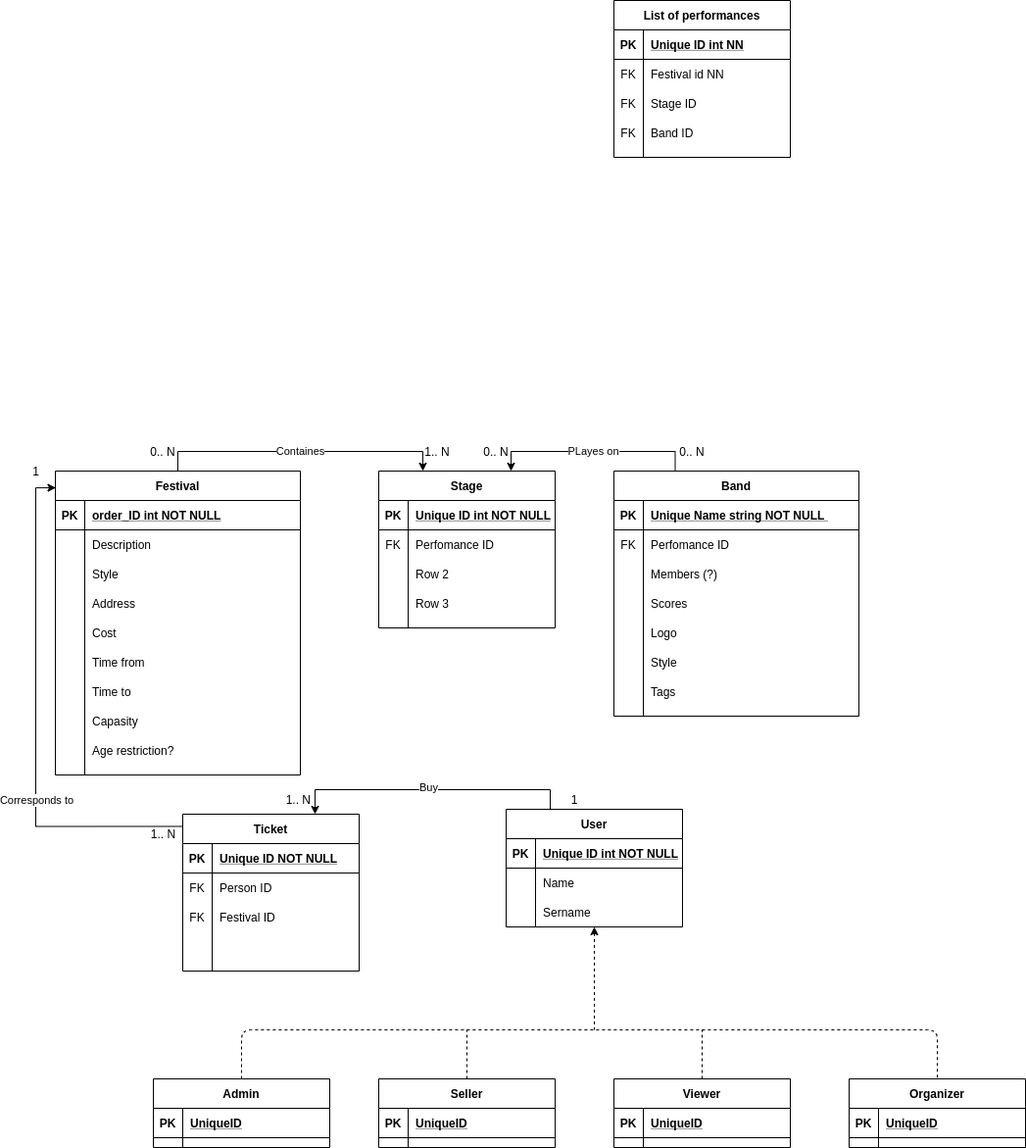
The draw.io diagram gallery-is-ER.png in x00Pavel/festival-IS, before a commit. Source tidied: cells renumbered, new cells last; positions are measured from the earlier drawing's top-left corner, leaving out a move shared by most shapes.
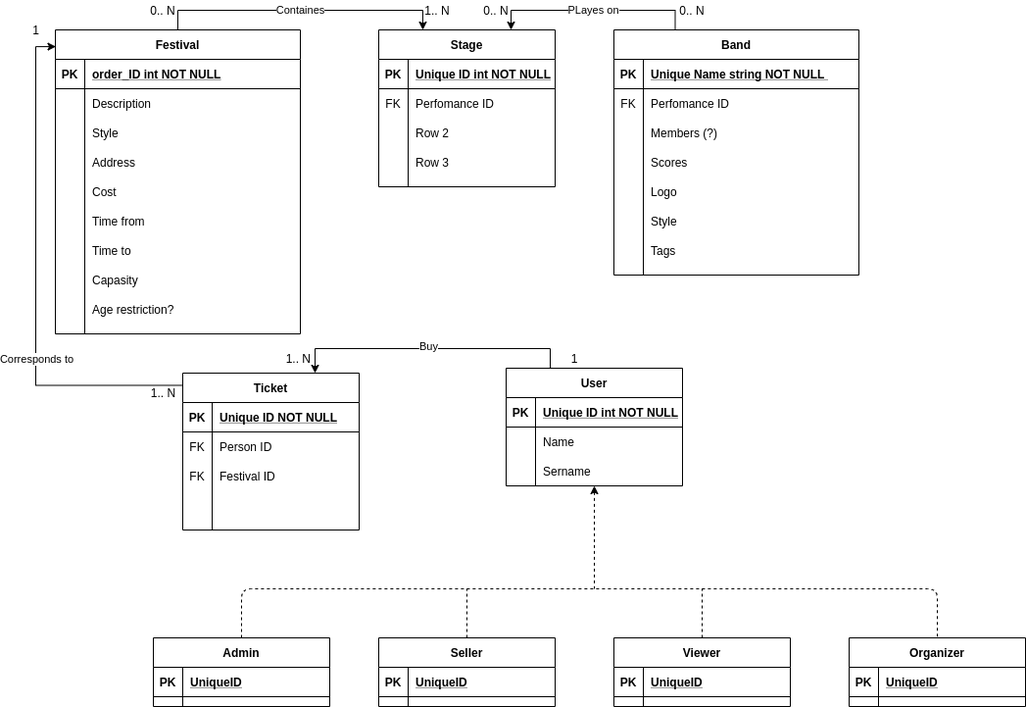
The same diagram one commit later.

Diff of the diagram source:
```diff
@@ -293,45 +293,6 @@
     <mxCell id="96" value="1" style="text;html=1;strokeColor=none;fillColor=none;align=center;verticalAlign=middle;whiteSpace=wrap;rounded=0;" parent="1" vertex="1">
       <mxGeometry x="540" y="805" width="40" height="20" as="geometry" />
     </mxCell>
-    <mxCell id="97" value="List of performances" style="shape=table;startSize=30;rowLines=0;fontStyle=1;align=center;" parent="1" vertex="1">
-      <mxGeometry x="600" width="180" height="160" as="geometry" />
-    </mxCell>
-    <mxCell id="98" style="shape=partialRectangle;fillColor=none;top=0;left=0;bottom=1;right=0;" parent="97" vertex="1">
-      <mxGeometry y="30" width="180" height="30" as="geometry" />
-    </mxCell>
-    <mxCell id="99" value="PK" style="shape=partialRectangle;fillColor=none;top=0;left=0;bottom=0;right=0;fontStyle=1;overflow=hidden;" parent="98" vertex="1">
-      <mxGeometry width="30" height="30" as="geometry" />
-    </mxCell>
-    <mxCell id="100" value="Unique ID int NN" style="shape=partialRectangle;fillColor=none;top=0;left=0;bottom=0;right=0;align=left;spacingLeft=6;fontStyle=5;overflow=hidden;" parent="98" vertex="1">
-      <mxGeometry x="30" width="150" height="30" as="geometry" />
-    </mxCell>
-    <mxCell id="101" style="shape=partialRectangle;fillColor=none;top=0;left=0;bottom=0;right=0;" parent="97" vertex="1">
-      <mxGeometry y="60" width="180" height="30" as="geometry" />
-    </mxCell>
-    <mxCell id="102" value="FK" style="shape=partialRectangle;fillColor=none;top=0;left=0;bottom=0;right=0;overflow=hidden;" parent="101" vertex="1">
-      <mxGeometry width="30" height="30" as="geometry" />
-    </mxCell>
-    <mxCell id="103" value="Festival id NN" style="shape=partialRectangle;fillColor=none;top=0;left=0;bottom=0;right=0;align=left;spacingLeft=6;overflow=hidden;" parent="101" vertex="1">
-      <mxGeometry x="30" width="150" height="30" as="geometry" />
-    </mxCell>
-    <mxCell id="104" style="shape=partialRectangle;fillColor=none;top=0;left=0;bottom=0;right=0;" parent="97" vertex="1">
-      <mxGeometry y="90" width="180" height="30" as="geometry" />
-    </mxCell>
-    <mxCell id="105" value="FK" style="shape=partialRectangle;fillColor=none;top=0;left=0;bottom=0;right=0;overflow=hidden;" parent="104" vertex="1">
-      <mxGeometry width="30" height="30" as="geometry" />
-    </mxCell>
-    <mxCell id="106" value="Stage ID" style="shape=partialRectangle;fillColor=none;top=0;left=0;bottom=0;right=0;align=left;spacingLeft=6;overflow=hidden;" parent="104" vertex="1">
-      <mxGeometry x="30" width="150" height="30" as="geometry" />
-    </mxCell>
-    <mxCell id="107" style="shape=partialRectangle;fillColor=none;top=0;left=0;bottom=0;right=0;" parent="97" vertex="1">
-      <mxGeometry y="120" width="180" height="30" as="geometry" />
-    </mxCell>
-    <mxCell id="108" value="FK" style="shape=partialRectangle;fillColor=none;top=0;left=0;bottom=0;right=0;overflow=hidden;" parent="107" vertex="1">
-      <mxGeometry width="30" height="30" as="geometry" />
-    </mxCell>
-    <mxCell id="109" value="Band ID" style="shape=partialRectangle;fillColor=none;top=0;left=0;bottom=0;right=0;align=left;spacingLeft=6;overflow=hidden;" parent="107" vertex="1">
-      <mxGeometry x="30" width="150" height="30" as="geometry" />
-    </mxCell>
     <mxCell id="110" value="1.. N" style="text;html=1;strokeColor=none;fillColor=none;align=center;verticalAlign=middle;whiteSpace=wrap;rounded=0;" parent="1" vertex="1">
       <mxGeometry x="400" y="450" width="40" height="20" as="geometry" />
     </mxCell>
```
